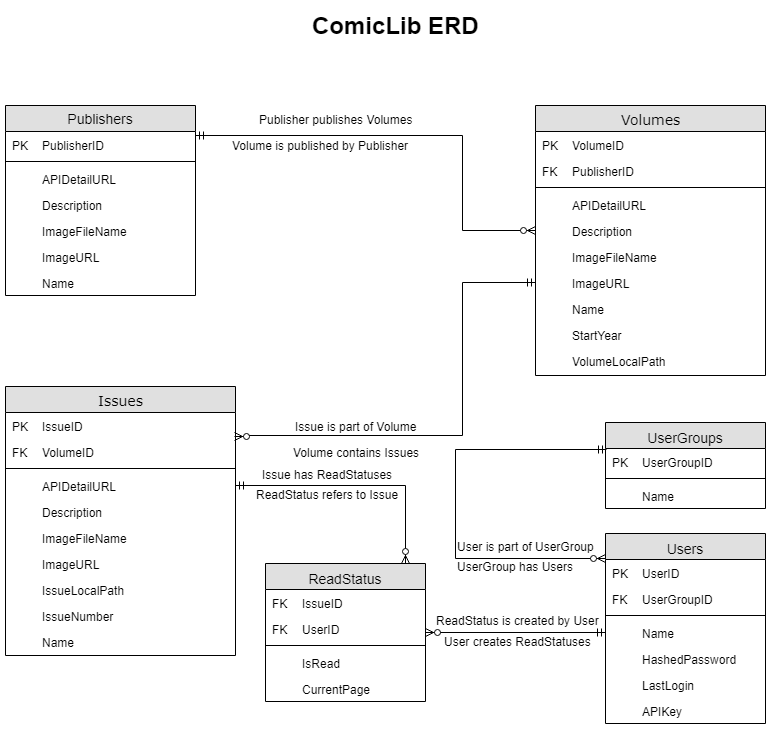
The draw.io diagram Documentation/ERD.png in ahahn94/ComicLib, before a commit. Source tidied: cells renumbered, new cells last; positions are measured from the earlier drawing's top-left corner, leaving out a move shared by most shapes.
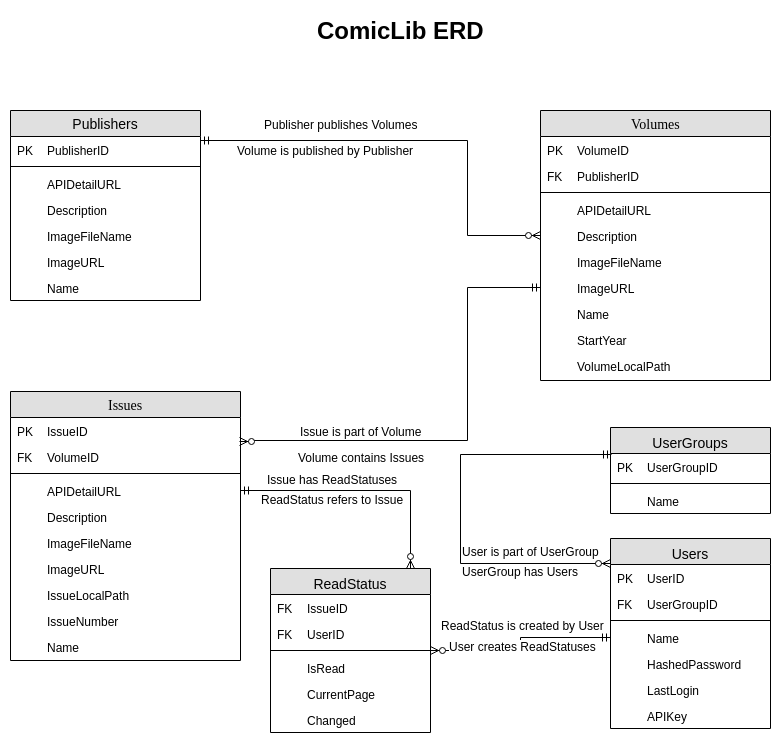
After the change.

Commit message:
Update ERD To Reflect Recent Changes To Data Model

Update the entity-relationship-diagram with the recent changes to the
data model:
- add "Changed" to the ReadStatus table

Change to the diagram source:
```diff
@@ -276,7 +276,7 @@
       </mxGeometry>
     </mxCell>
     <mxCell id="85" value="ReadStatus&#10;" style="swimlane;fontStyle=0;horizontal=1;startSize=26;fillColor=#e0e0e0;swimlaneFillColor=#ffffff;align=center;fontSize=14;verticalAlign=top;" parent="1" vertex="1">
-      <mxGeometry x="260" y="558" width="160" height="138" as="geometry" />
+      <mxGeometry x="260" y="558" width="160" height="164" as="geometry" />
     </mxCell>
     <mxCell id="86" value="IssueID" style="shape=partialRectangle;top=0;left=0;right=0;bottom=0;fillColor=none;align=left;verticalAlign=top;fillColor=none;spacingLeft=34;spacingRight=4;overflow=hidden;fontSize=12;" parent="85" vertex="1">
       <mxGeometry y="26" width="160" height="26" as="geometry" />
@@ -305,6 +305,12 @@
     <mxCell id="94" style="shape=partialRectangle;top=0;left=0;bottom=0;right=0;fillColor=none;align=left;verticalAlign=top;spacingLeft=4;spacingRight=4;overflow=hidden;fontSize=12;" parent="93" vertex="1">
       <mxGeometry width="30" height="26" as="geometry" />
     </mxCell>
+    <mxCell id="102" value="Changed" style="shape=partialRectangle;top=0;left=0;right=0;bottom=0;align=left;verticalAlign=top;fillColor=none;spacingLeft=34;spacingRight=4;overflow=hidden;fontSize=12;" parent="85" vertex="1">
+      <mxGeometry y="138" width="160" height="26" as="geometry" />
+    </mxCell>
+    <mxCell id="103" style="shape=partialRectangle;top=0;left=0;bottom=0;right=0;fillColor=none;align=left;verticalAlign=top;spacingLeft=4;spacingRight=4;overflow=hidden;fontSize=12;" parent="102" vertex="1">
+      <mxGeometry width="30" height="26" as="geometry" />
+    </mxCell>
     <mxCell id="95" style="edgeStyle=orthogonalEdgeStyle;rounded=0;jettySize=auto;html=1;entryX=0.007;entryY=0.053;entryDx=0;entryDy=0;startArrow=ERzeroToMany;startFill=1;endArrow=ERmandOne;endFill=0;entryPerimeter=0;exitX=0.002;exitY=-0.052;exitDx=0;exitDy=0;exitPerimeter=0;" parent="1" edge="1" source="70" target="64">
       <mxGeometry relative="1" as="geometry">
         <Array as="points">
```
